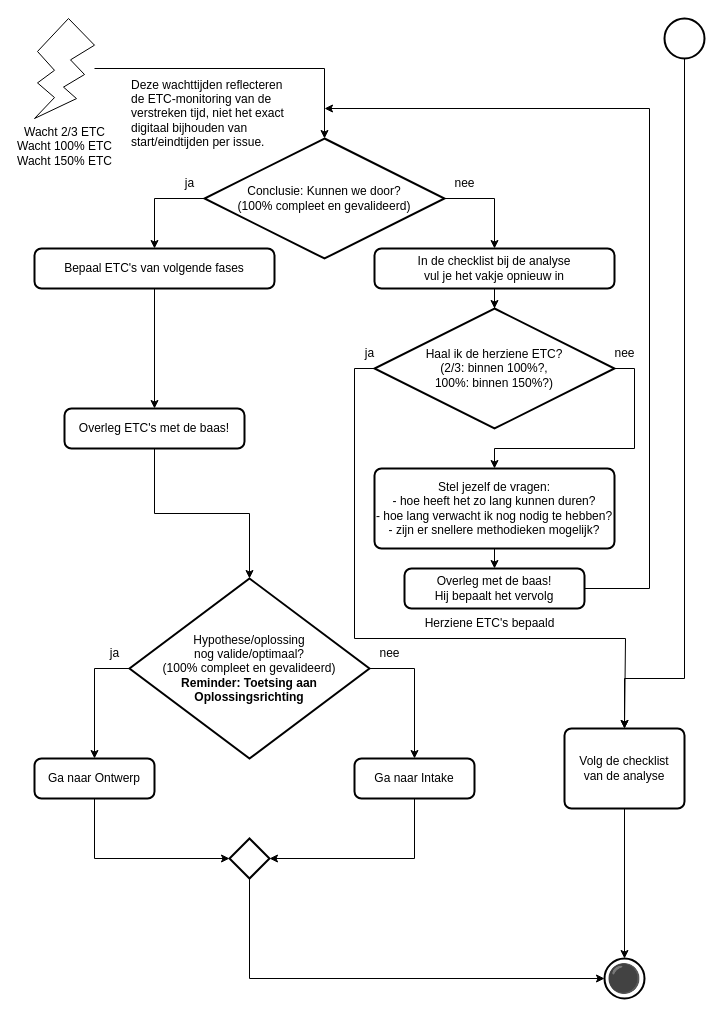
Before: 2 Issue Tracker analyse.drawio in Zaibatsu89/IssueTracker, a draw.io diagram. Source tidied: cells renumbered, new cells numbered last; positions are measured from the earlier drawing's top-left corner, leaving out a move shared by most shapes. Both pictures are drawn from the tidied source at 100%, with x=0, y=0 at pixel (34, 18).
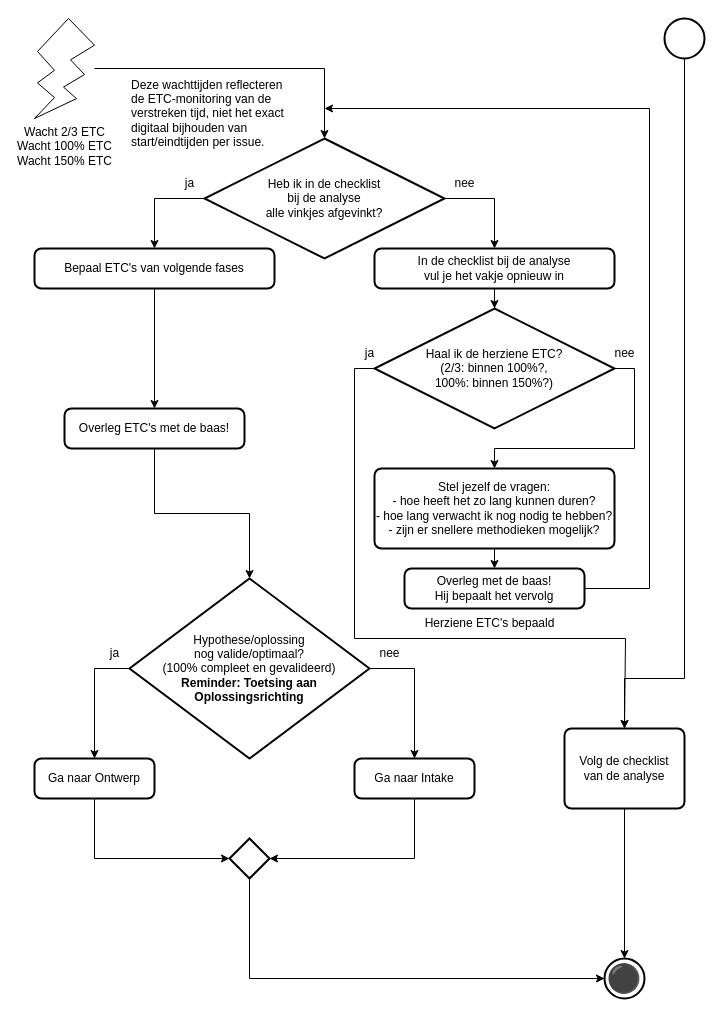
Above is the later version.

Commit message (it also covers changes not shown here):
"Heb ik alle vinkjes volgens de checklist van de analyse afgevinkt?" in analyse flowchart, i.p.v. "Conclusie: ..."

Diff of the diagram source:
```diff
@@
-    <mxCell id="6" value="Conclusie: Kunnen we door?&lt;br&gt;(100% compleet en gevalideerd)" style="strokeWidth=2;html=1;shape=mxgraph.flowchart.decision;whiteSpace=wrap;" parent="1" vertex="1">
+    <mxCell id="6" value="Heb ik in de checklist&lt;br&gt;bij de analyse&lt;br&gt;alle vinkjes afgevinkt?" style="strokeWidth=2;html=1;shape=mxgraph.flowchart.decision;whiteSpace=wrap;" parent="1" vertex="1">
       <mxGeometry x="170" y="120" width="240" height="120" as="geometry" />
     </mxCell>
```
